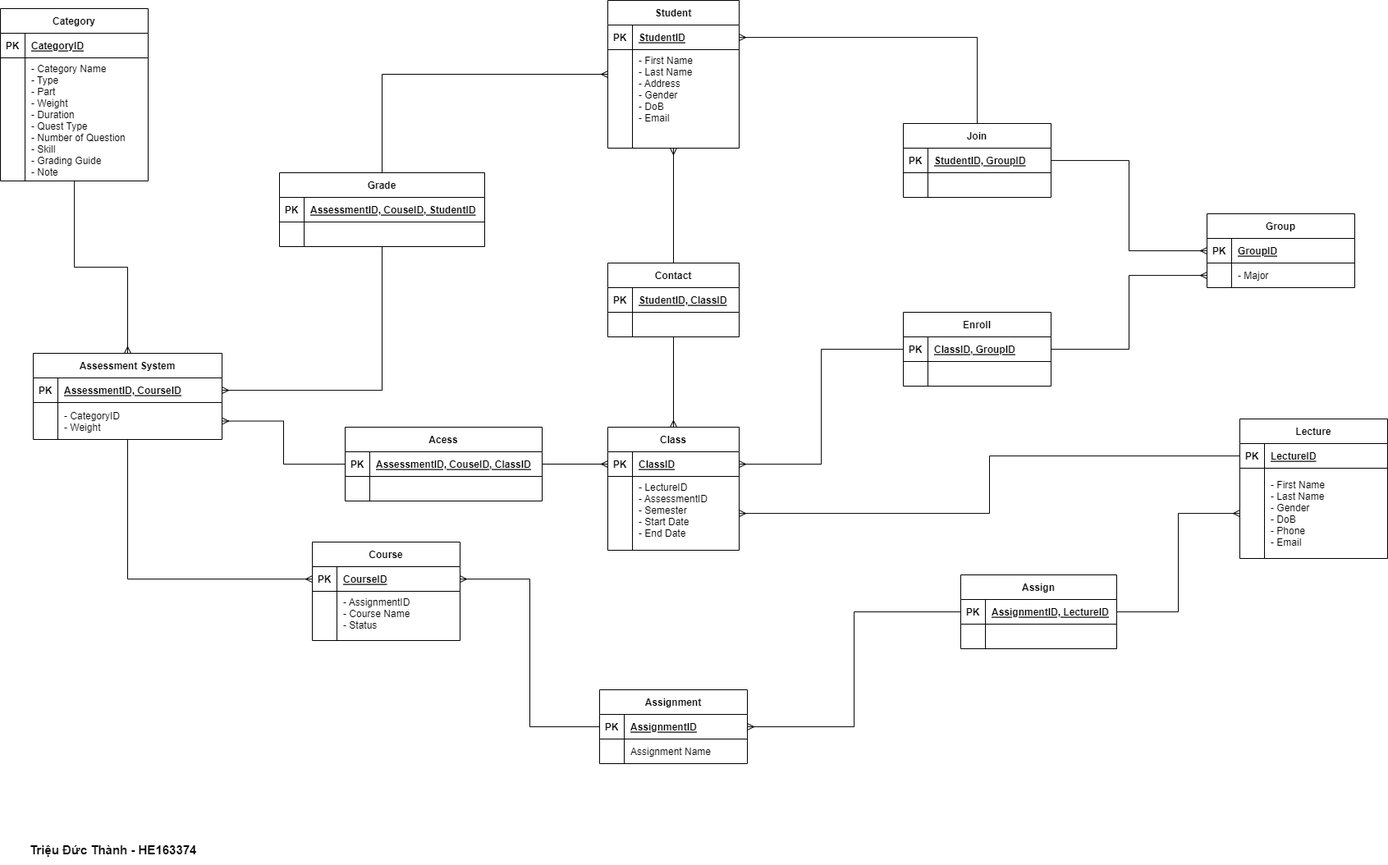
thajnh30cm/DBI202_ASG keeps this draw.io diagram as ERD_Assignment_DBI.drawio.png. Above is the earlier version. Source tidied: cells renumbered, new cells last; positions are measured from the earlier drawing's top-left corner, leaving out a move shared by most shapes.
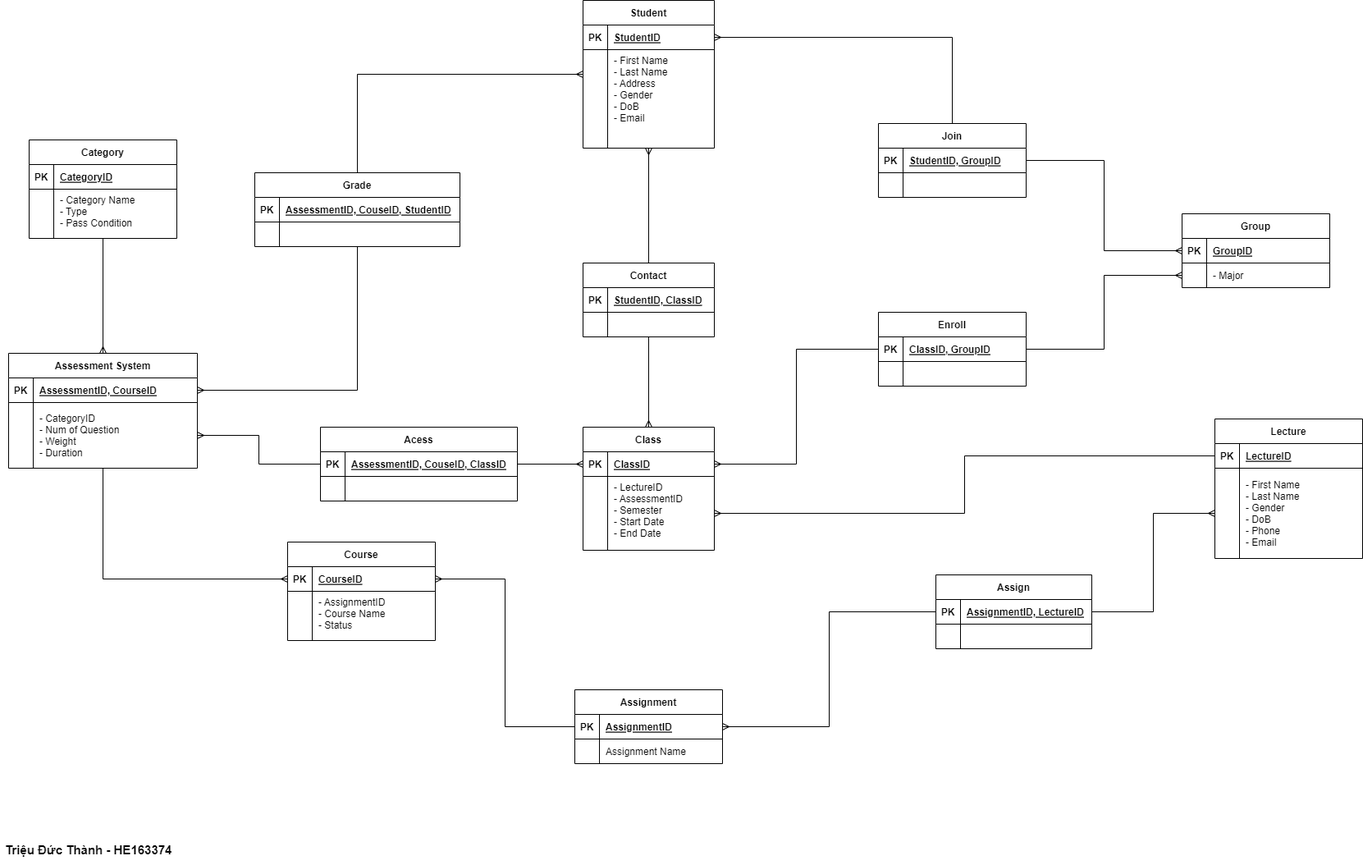
Above is the later version.

Diff of the diagram source:
```diff
@@ -228,7 +228,7 @@
       <mxGeometry relative="1" as="geometry" />
     </mxCell>
     <mxCell id="77" value="Assessment System" style="shape=table;startSize=30;rowLines=0;fontStyle=1;align=center;" parent="1" vertex="1">
-      <mxGeometry x="40" y="430" width="230" height="105" as="geometry" />
+      <mxGeometry x="40" y="430" width="230" height="140" as="geometry" />
     </mxCell>
     <mxCell id="78" style="shape=tableRow;horizontal=0;startSize=0;swimlaneHead=0;swimlaneBody=0;fillColor=none;points=[[0,0.5],[1,0.5]];portConstraint=eastwest;top=0;left=0;right=0;bottom=1;" parent="77" vertex="1">
       <mxGeometry y="30" width="230" height="30" as="geometry" />
@@ -240,13 +240,13 @@
       <mxGeometry x="30" width="200" height="30" as="geometry" />
     </mxCell>
     <mxCell id="81" style="shape=tableRow;horizontal=0;startSize=0;swimlaneHead=0;swimlaneBody=0;fillColor=none;points=[[0,0.5],[1,0.5]];portConstraint=eastwest;top=0;left=0;right=0;bottom=0;" parent="77" vertex="1">
-      <mxGeometry y="60" width="230" height="45" as="geometry" />
+      <mxGeometry y="60" width="230" height="80" as="geometry" />
     </mxCell>
     <mxCell id="82" style="shape=partialRectangle;fillColor=none;top=0;left=0;bottom=0;right=0;overflow=hidden;" parent="81" vertex="1">
-      <mxGeometry width="30" height="45" as="geometry" />
+      <mxGeometry width="30" height="80" as="geometry" />
     </mxCell>
-    <mxCell id="83" value="- CategoryID&#10;- Weight" style="shape=partialRectangle;fillColor=none;top=0;left=0;bottom=0;right=0;align=left;spacingLeft=6;overflow=hidden;" parent="81" vertex="1">
-      <mxGeometry x="30" width="200" height="45" as="geometry" />
+    <mxCell id="83" value="- CategoryID&#10;- Num of Question&#10;- Weight&#10;- Duration" style="shape=partialRectangle;fillColor=none;top=0;left=0;bottom=0;right=0;align=left;spacingLeft=6;overflow=hidden;" parent="81" vertex="1">
+      <mxGeometry x="30" width="200" height="80" as="geometry" />
     </mxCell>
     <mxCell id="84" value="Acess" style="shape=table;startSize=30;rowLines=0;fontStyle=1;align=center;" parent="1" vertex="1">
       <mxGeometry x="420" y="520" width="240" height="90" as="geometry" />
@@ -273,7 +273,7 @@
       <mxGeometry relative="1" as="geometry" />
     </mxCell>
     <mxCell id="92" value="Category" style="shape=table;startSize=30;rowLines=0;fontStyle=1;align=center;" parent="1" vertex="1">
-      <mxGeometry y="10" width="180" height="210" as="geometry" />
+      <mxGeometry x="65" y="170" width="180" height="120" as="geometry" />
     </mxCell>
     <mxCell id="93" style="shape=tableRow;horizontal=0;startSize=0;swimlaneHead=0;swimlaneBody=0;fillColor=none;top=0;left=0;right=0;bottom=1;" parent="92" vertex="1">
       <mxGeometry y="30" width="180" height="30" as="geometry" />
@@ -285,13 +285,13 @@
       <mxGeometry x="30" width="150" height="30" as="geometry" />
     </mxCell>
     <mxCell id="96" style="shape=tableRow;horizontal=0;startSize=0;swimlaneHead=0;swimlaneBody=0;fillColor=none;top=0;left=0;right=0;bottom=0;" parent="92" vertex="1">
-      <mxGeometry y="60" width="180" height="150" as="geometry" />
+      <mxGeometry y="60" width="180" height="60" as="geometry" />
     </mxCell>
     <mxCell id="97" style="shape=partialRectangle;fillColor=none;top=0;left=0;bottom=0;right=0;overflow=hidden;" parent="96" vertex="1">
-      <mxGeometry width="30" height="150" as="geometry" />
+      <mxGeometry width="30" height="60" as="geometry" />
     </mxCell>
-    <mxCell id="98" value="- Category Name&#10;- Type &#10;- Part&#10;- Weight&#10;- Duration&#10;- Quest Type&#10;- Number of Question&#10;- Skill&#10;- Grading Guide&#10;- Note" style="shape=partialRectangle;fillColor=none;top=0;left=0;bottom=0;right=0;align=left;spacingLeft=6;overflow=hidden;verticalAlign=top;" parent="96" vertex="1">
-      <mxGeometry x="30" width="150" height="150" as="geometry" />
+    <mxCell id="98" value="- Category Name&#10;- Type &#10;- Pass Condition&#10;" style="shape=partialRectangle;fillColor=none;top=0;left=0;bottom=0;right=0;align=left;spacingLeft=6;overflow=hidden;verticalAlign=top;" parent="96" vertex="1">
+      <mxGeometry x="30" width="150" height="60" as="geometry" />
     </mxCell>
     <mxCell id="99" style="edgeStyle=orthogonalEdgeStyle;rounded=0;jettySize=auto;html=1;endArrow=ERmany;endFill=0;" parent="1" edge="1" source="85" target="11">
       <mxGeometry relative="1" as="geometry" />
```
